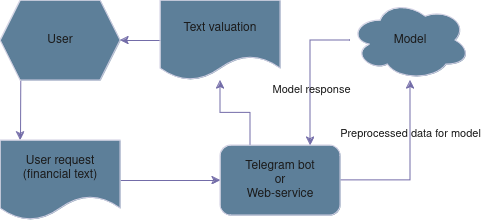
CrubBucket/MIPT_MLOps keeps this draw.io diagram as inference.png. Above is the earlier version. Source tidied: cells renumbered, new cells last; positions are measured from the earlier drawing's top-left corner, leaving out a move shared by most shapes.
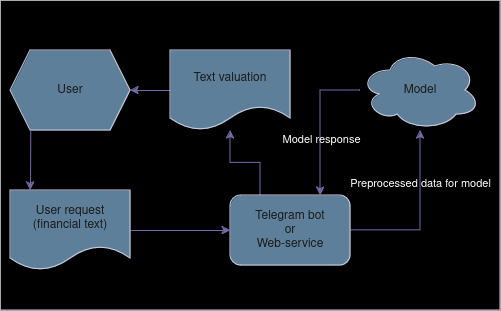
After the change.

Change to the diagram source:
```diff
@@ -2,6 +2,9 @@
   <root>
     <mxCell id="0" />
     <mxCell id="1" parent="0" />
+    <mxCell id="15" style="rounded=0;whiteSpace=wrap;html=1;strokeColor=#D0CEE2;fontColor=#1A1A1A;fillColor=#000000;" parent="1" vertex="1">
+      <mxGeometry x="-10" y="-50" width="500" height="310" as="geometry" />
+    </mxCell>
     <mxCell id="2" value="User" style="shape=hexagon;perimeter=hexagonPerimeter2;whiteSpace=wrap;html=1;fixedSize=1;labelBackgroundColor=none;fillColor=#5D7F99;strokeColor=#D0CEE2;fontColor=#1A1A1A;" parent="1" vertex="1">
       <mxGeometry width="120" height="80" as="geometry" />
     </mxCell>
@@ -13,7 +16,7 @@
     <mxCell id="4" style="edgeStyle=orthogonalEdgeStyle;rounded=0;jettySize=auto;html=1;labelBackgroundColor=none;strokeColor=#736CA8;fontColor=default;" parent="1" edge="1" source="7" target="12">
       <mxGeometry relative="1" as="geometry" />
     </mxCell>
-    <mxCell id="5" value="Preprocessed data for model " style="edgeLabel;html=1;align=center;verticalAlign=middle;labelBackgroundColor=none;fontColor=#1A1A1A;" parent="4" vertex="1">
+    <mxCell id="5" value="Preprocessed data for model " style="edgeLabel;html=1;align=center;verticalAlign=middle;labelBackgroundColor=none;fontColor=#ffffff;" parent="4" vertex="1">
       <mxGeometry x="0.39" y="1" relative="1" as="geometry" />
     </mxCell>
     <mxCell id="6" style="edgeStyle=orthogonalEdgeStyle;rounded=0;jettySize=auto;html=1;exitX=0.25;exitY=0;exitDx=0;exitDy=0;labelBackgroundColor=none;strokeColor=#736CA8;fontColor=default;" parent="1" edge="1" source="7" target="14">
@@ -31,7 +34,7 @@
     <mxCell id="10" style="edgeStyle=orthogonalEdgeStyle;rounded=0;jettySize=auto;html=1;entryX=0.75;entryY=0;entryDx=0;entryDy=0;labelBackgroundColor=none;strokeColor=#736CA8;fontColor=default;" parent="1" edge="1" source="12" target="7">
       <mxGeometry relative="1" as="geometry" />
     </mxCell>
-    <mxCell id="11" value="Model response" style="edgeLabel;html=1;align=center;verticalAlign=middle;labelBackgroundColor=none;fontColor=#1A1A1A;" parent="10" vertex="1">
+    <mxCell id="11" value="Model response" style="edgeLabel;html=1;align=center;verticalAlign=middle;labelBackgroundColor=none;fontColor=#ffffff;" parent="10" vertex="1">
       <mxGeometry x="0.22" relative="1" as="geometry" />
     </mxCell>
     <mxCell id="12" value="Model" style="ellipse;shape=cloud;whiteSpace=wrap;html=1;labelBackgroundColor=none;fillColor=#5D7F99;strokeColor=#D0CEE2;fontColor=#1A1A1A;" parent="1" vertex="1">
```
